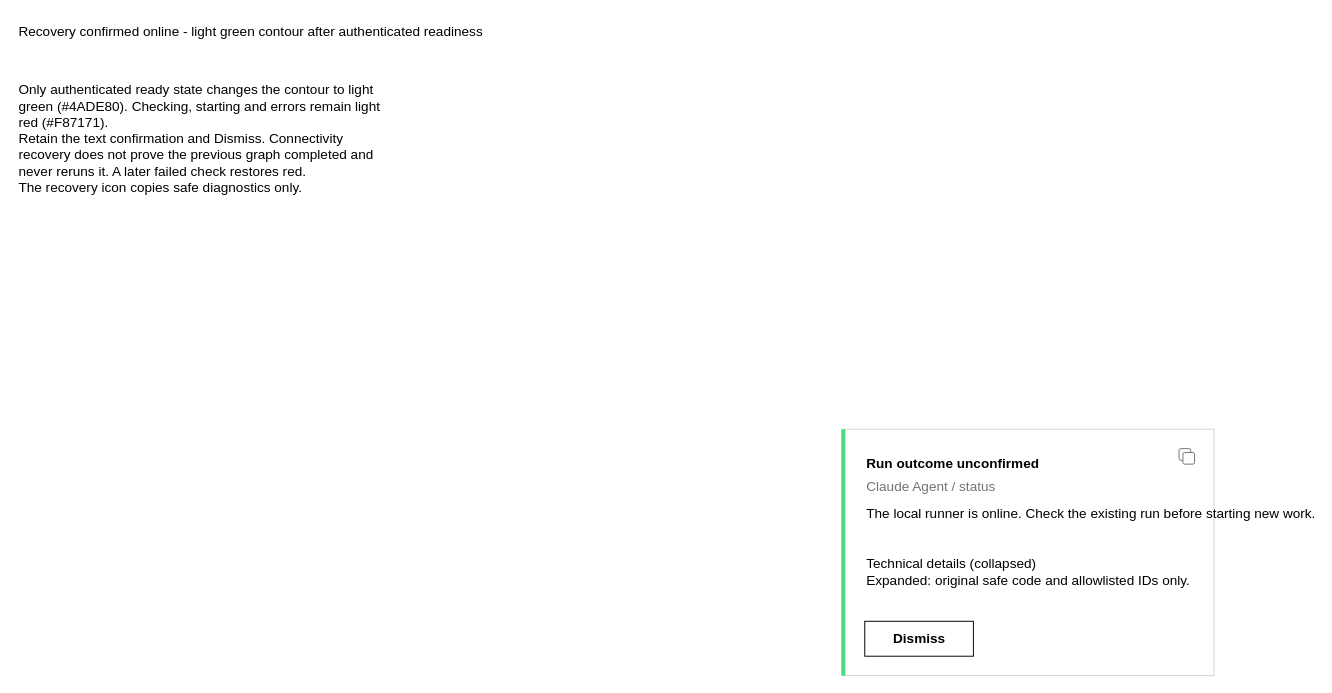
Earlier version of the draw.io diagram page "Recovery confirmed online" (10 of 10) of projects/laomedo/subsystems/agent-execution/design/local-runner-recovery.drawio (amadou-6e/specs). Source tidied: cells renumbered, new cells numbered last; positions are measured from the earlier drawing's top-left corner, leaving out a move shared by most shapes. Both pictures are drawn from the tidied source at 97%, with x=0, y=0 at pixel (16, 16).
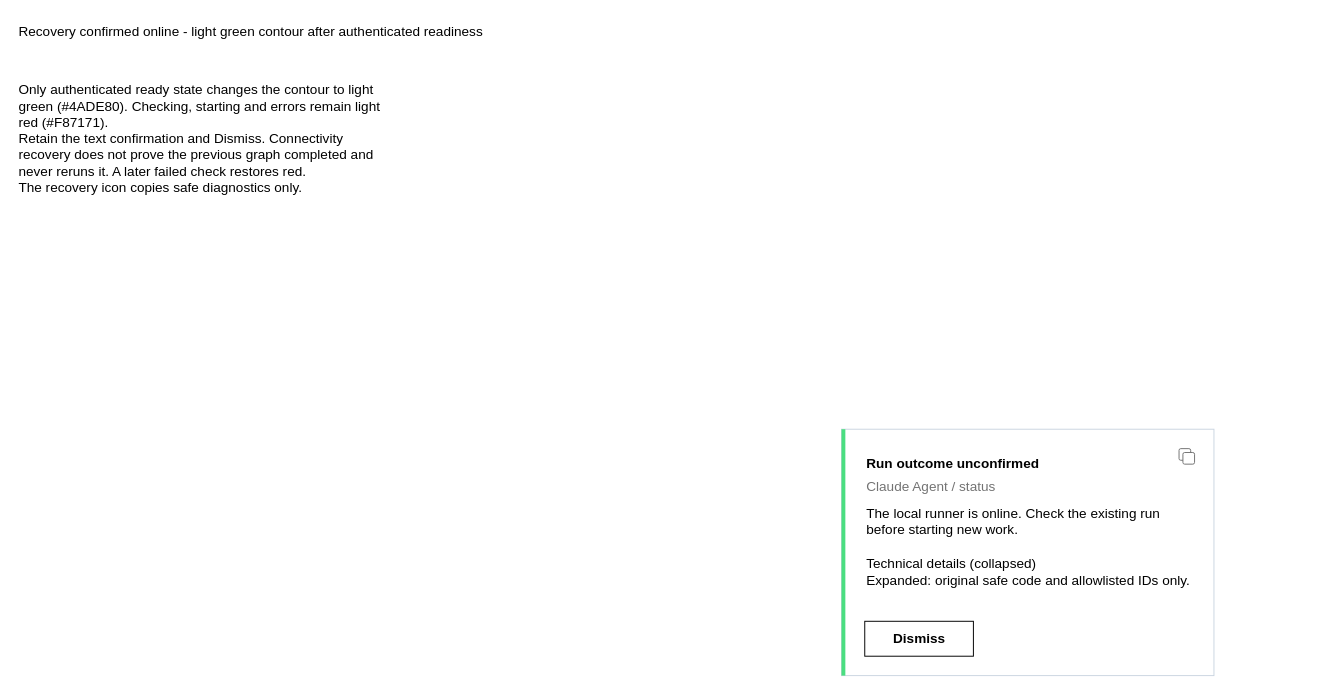
After the change.

Commit message (it also covers changes not shown here):
Record final review and wrap confirmed-online design copy

What changed in the source:
```diff
@@
 <mxGraphModel>
   <root>
     <mxCell id="0" />
     <mxCell id="1" parent="0" />
     <mxCell id="2" value="Recovery confirmed online - light green contour after authenticated readiness" style="html=1;fontFamily=Arial;fontSize=14;text;align=left;strokeColor=none;fillColor=none;" parent="1" vertex="1">
       <mxGeometry width="1000" height="30" as="geometry" />
     </mxCell>
     <mxCell id="3" style="html=1;fontFamily=Arial;fontSize=14;rounded=0;fillColor=#FFFFFF;strokeColor=#CBD5E1;" parent="1" vertex="1">
       <mxGeometry x="850" y="425" width="384" height="254" as="geometry" />
     </mxCell>
     <mxCell id="4" style="html=1;fontFamily=Arial;fontSize=14;fillColor=#4ADE80;strokeColor=none;" parent="1" vertex="1">
       <mxGeometry x="850" y="425" width="4" height="254" as="geometry" />
     </mxCell>
     <mxCell id="5" value="Run outcome unconfirmed" style="html=1;fontFamily=Arial;fontSize=14;text;fontStyle=1;align=left;strokeColor=none;fillColor=none;" parent="1" vertex="1">
       <mxGeometry x="874" y="445" width="330" height="20" as="geometry" />
     </mxCell>
     <mxCell id="6" value="Claude Agent / status" style="html=1;fontFamily=Arial;fontSize=14;text;fontColor=#737373;align=left;strokeColor=none;fillColor=none;" parent="1" vertex="1">
       <mxGeometry x="874" y="469" width="320" height="20" as="geometry" />
     </mxCell>
-    <mxCell id="7" value="The local runner is online. Check the existing run before starting new work." style="html=1;fontFamily=Arial;fontSize=14;text;align=left;verticalAlign=top;strokeColor=none;fillColor=none;" parent="1" vertex="1">
+    <mxCell id="7" value="The local runner is online. Check the existing run before starting new work." style="html=1;fontFamily=Arial;fontSize=14;text;align=left;verticalAlign=top;strokeColor=none;fillColor=none;whiteSpace=wrap;overflow=visible;" parent="1" vertex="1">
       <mxGeometry x="874" y="497" width="330" height="44" as="geometry" />
     </mxCell>
     <mxCell id="8" value="Technical details (collapsed)&lt;br&gt;Expanded: original safe code and allowlisted IDs only." style="html=1;fontFamily=Arial;fontSize=14;text;align=left;strokeColor=none;fillColor=none;" parent="1" vertex="1">
       <mxGeometry x="874" y="549" width="330" height="42" as="geometry" />
     </mxCell>
     <mxCell id="9" style="rounded=1;fillColor=none;strokeColor=#737373;" parent="1" vertex="1">
       <mxGeometry x="1198" y="445" width="12" height="12" as="geometry" />
     </mxCell>
     <mxCell id="10" value="Dismiss" style="html=1;fontFamily=Arial;fontSize=14;rounded=0;fillColor=#FFFFFF;strokeColor=#000000;fontStyle=1;" parent="1" vertex="1">
       <mxGeometry x="874" y="623" width="112" height="36" as="geometry" />
     </mxCell>
     <mxCell id="11" value="Only authenticated ready state changes the contour to light green (#4ADE80). Checking, starting and errors remain light red (#F87171).&lt;br&gt;Retain the text confirmation and Dismiss. Connectivity recovery does not prove the previous graph completed and never reruns it. A later failed check restores red.&lt;br&gt;The recovery icon copies safe diagnostics only." style="html=1;fontFamily=Arial;fontSize=14;text;align=left;verticalAlign=top;strokeColor=none;fillColor=none;whiteSpace=wrap;overflow=visible;" parent="1" vertex="1">
       <mxGeometry y="60" width="380" height="260" as="geometry" />
     </mxCell>
     <mxCell id="12" style="rounded=1;fillColor=#FFFFFF;strokeColor=#737373;" parent="1" vertex="1">
       <mxGeometry x="1202" y="449" width="12" height="12" as="geometry" />
     </mxCell>
   </root>
 </mxGraphModel>
```
